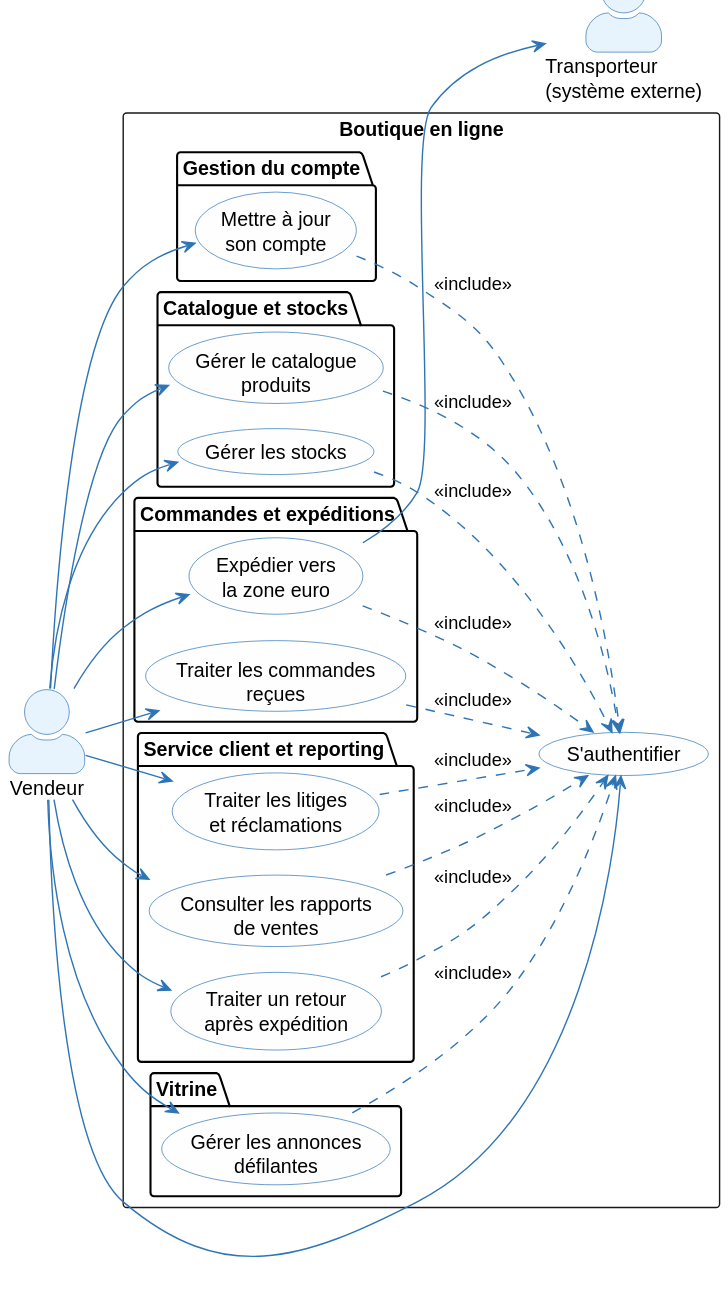
The PlantUML diagram architecture/01-operational-analysis/diagrams/oa-uc-vendor.svg in louistalvande/online_shop, before a commit.
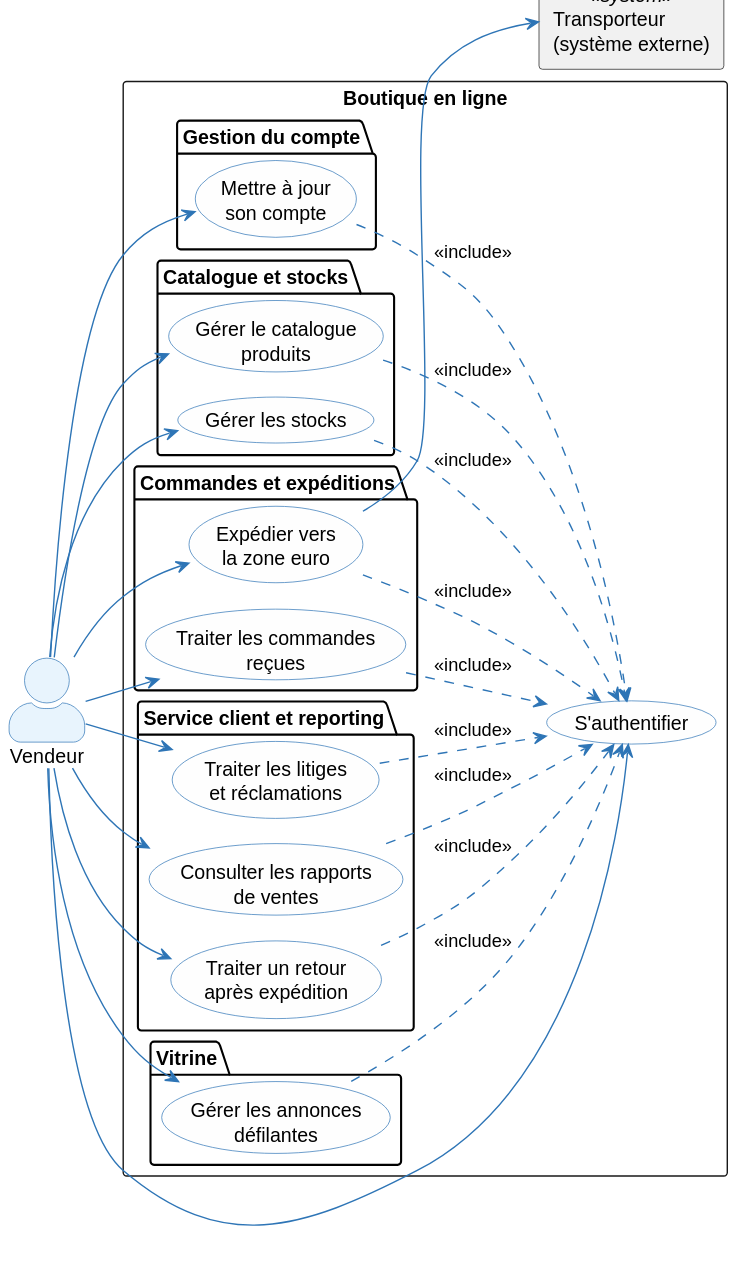
After the change.

What changed in the source:
```diff
@@ -13,7 +13,7 @@
 left to right direction
 
 actor "Vendeur" as Vendor
-actor "Transporteur\n(système externe)" as Carrier
+rectangle "Transporteur\n(système externe)" as Carrier <<system>>
 
 rectangle "Boutique en ligne" {
   usecase (S'authentifier) as UC_V_AUTH
```
